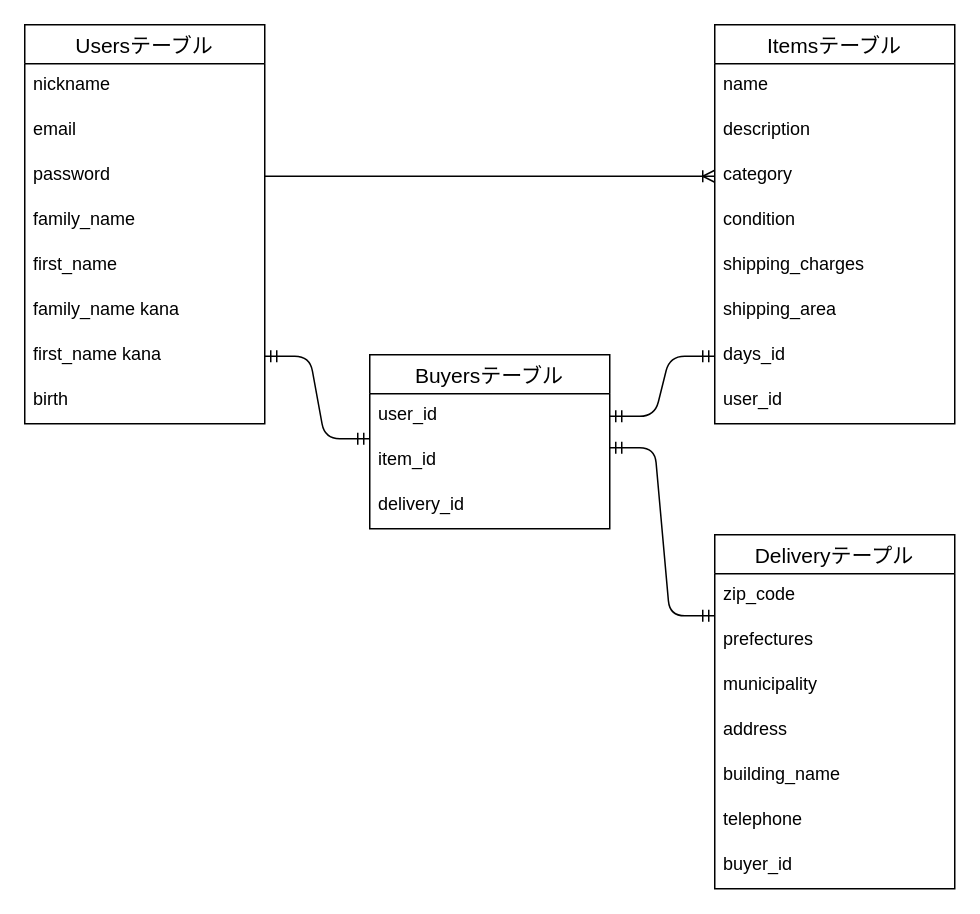
Above: furima.dio in Masaki-ogr/furima-29346 (draw.io), before the change. Source tidied: cells renumbered, new cells numbered last; positions are measured from the earlier drawing's top-left corner, leaving out a move shared by most shapes. Both pictures are drawn from the tidied source at 150%, with x=0, y=0 at pixel (24, 24).
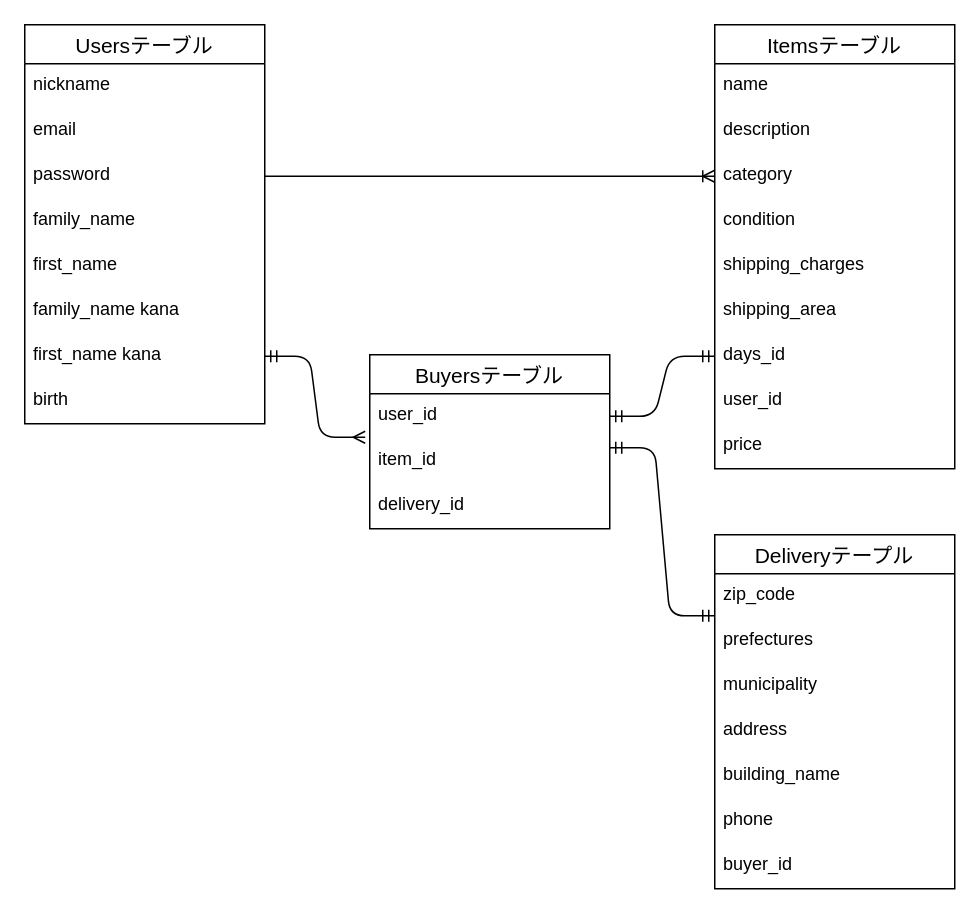
The same diagram, later.

Commit message (it also covers changes not shown here):
priceカラムの追加、アソシエーションの修正

The change refers to these unchanged cells:
```xml
<mxCell id="9" value="first_name kana" style="text;strokeColor=none;fillColor=none;spacingLeft=4;spacingRight=4;overflow=hidden;points=[[0,0.5],[1,0.5]];portConstraint=eastwest;fontSize=12;" parent="2" vertex="1">
  <mxGeometry y="206" width="160" height="30" as="geometry" />
</mxCell>
<mxCell id="21" value="Deliveryテープル" style="swimlane;fontStyle=0;horizontal=1;startSize=26;align=center;fontSize=14;" parent="1" vertex="1">
  <mxGeometry x="460" y="340" width="160" height="236" as="geometry" />
</mxCell>
<mxCell id="30" value="user_id" style="text;strokeColor=none;fillColor=none;spacingLeft=4;spacingRight=4;overflow=hidden;points=[[0,0.5],[1,0.5]];portConstraint=eastwest;fontSize=12;" parent="29" vertex="1">
  <mxGeometry y="26" width="160" height="30" as="geometry" />
</mxCell>
<mxCell id="31" value="item_id" style="text;strokeColor=none;fillColor=none;spacingLeft=4;spacingRight=4;overflow=hidden;points=[[0,0.5],[1,0.5]];portConstraint=eastwest;fontSize=12;" parent="29" vertex="1">
  <mxGeometry y="56" width="160" height="30" as="geometry" />
</mxCell>
```

Diff of the diagram source:
```diff
@@
     <mxCell id="12" value="Itemsテーブル" style="swimlane;fontStyle=0;horizontal=1;startSize=26;align=center;fontSize=14;" parent="1" vertex="1">
-      <mxGeometry x="460" width="160" height="266" as="geometry" />
+      <mxGeometry x="460" width="160" height="296" as="geometry" />
     </mxCell>
@@
+    <mxCell id="36" value="price" style="text;strokeColor=none;fillColor=none;spacingLeft=4;spacingRight=4;overflow=hidden;fontSize=12;" parent="12" vertex="1">
+      <mxGeometry y="266" width="160" height="30" as="geometry" />
+    </mxCell>
@@
-    <mxCell id="27" value="telephone" style="text;strokeColor=none;fillColor=none;spacingLeft=4;spacingRight=4;overflow=hidden;fontSize=12;" parent="21" vertex="1">
+    <mxCell id="27" value="phone" style="text;strokeColor=none;fillColor=none;spacingLeft=4;spacingRight=4;overflow=hidden;fontSize=12;" parent="21" vertex="1">
       <mxGeometry y="176" width="160" height="30" as="geometry" />
     </mxCell>
@@
-    <mxCell id="35" style="edgeStyle=entityRelationEdgeStyle;fontSize=12;html=1;endArrow=ERmandOne;startArrow=ERmandOne;exitX=1;exitY=0.5;exitDx=0;exitDy=0;entryX=0;entryY=1;entryDx=0;entryDy=0;entryPerimeter=0;" parent="1" edge="1" source="9" target="30">
+    <mxCell id="35" style="edgeStyle=entityRelationEdgeStyle;fontSize=12;html=1;endArrow=ERmany;startArrow=ERmandOne;exitX=1;exitY=0.5;exitDx=0;exitDy=0;entryX=-0.019;entryY=-0.033;entryDx=0;entryDy=0;entryPerimeter=0;endFill=0;" parent="1" edge="1" source="9" target="31">
       <mxGeometry relative="1" as="geometry" />
     </mxCell>
```
